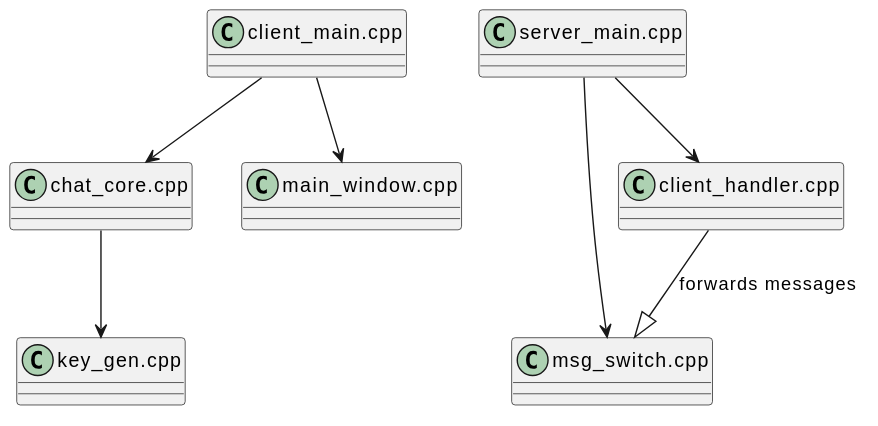
Earlier version of the PlantUML export docs/design.svg (vaezim/cryptic-writings).
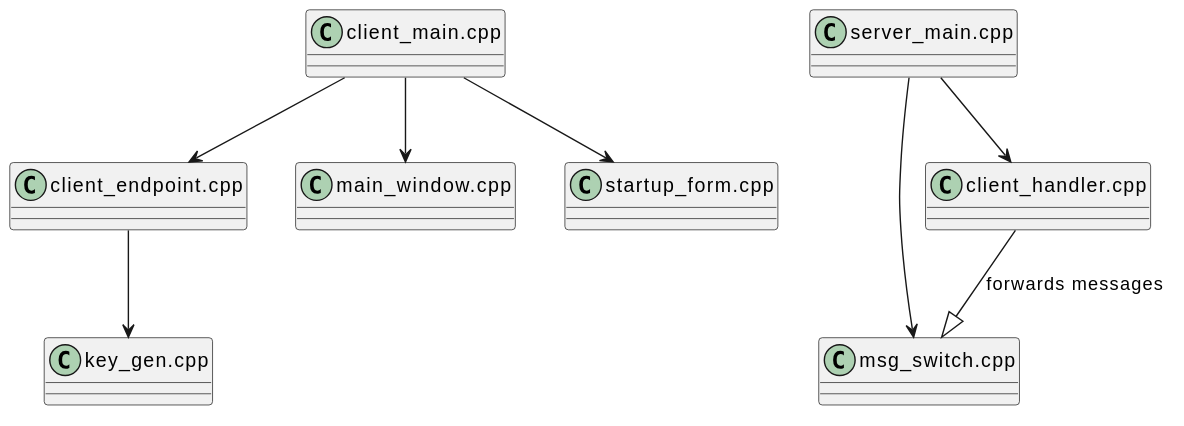
After the commit.

Commit message:
Added startup window to get server info Added ascii art welcome message to textBrowser placeholder text Renamed client_core to client_endpoint

Diff of the diagram source:
```diff
@@ -2,17 +2,19 @@
 class client_main as "client_main.cpp"
 class server_main as "server_main.cpp"
 
-class chat_core as "chat_core.cpp"
+class client_endpoint as "client_endpoint.cpp"
 class msg_switch as "msg_switch.cpp"
 class client_handler as "client_handler.cpp"
 
 class key_gen as "key_gen.cpp"
 
 class main_window as "main_window.cpp"
+class startup_form as "startup_form.cpp"
 
-client_main --> chat_core
-chat_core --> key_gen
+client_main --> client_endpoint
+client_endpoint --> key_gen
 client_main --> main_window
+client_main --> startup_form
 
 server_main --> client_handler
 server_main --> msg_switch
```
